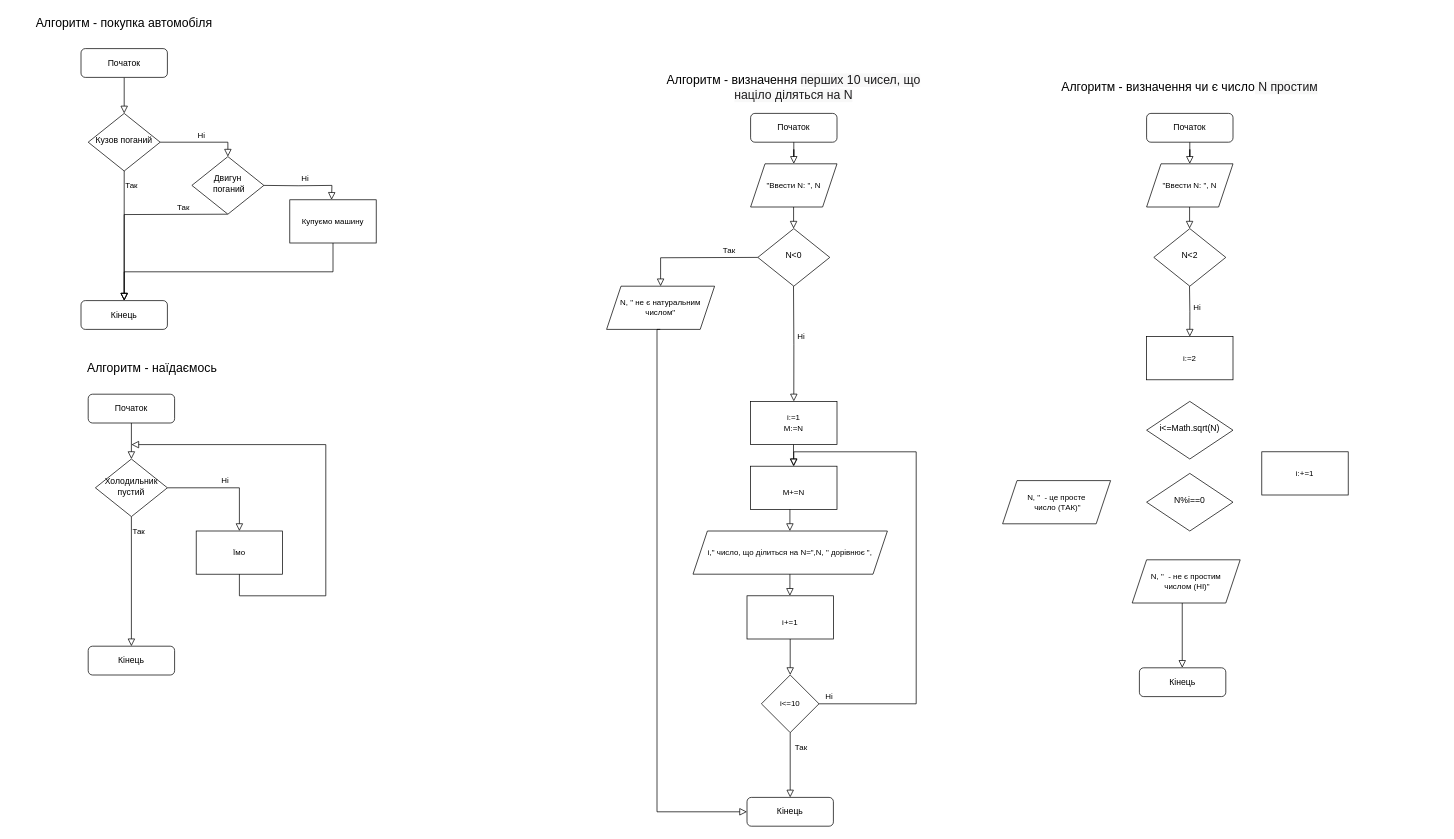
Earlier version of the draw.io diagram GoCourseAlgorithm.drawio (snsvistunov/golang-course-algorithm). Source tidied: cells renumbered, new cells numbered last; positions are measured from the earlier drawing's top-left corner, leaving out a move shared by most shapes. Both pictures are drawn from the tidied source at 72%, with x=0, y=0 at pixel (12, 12).
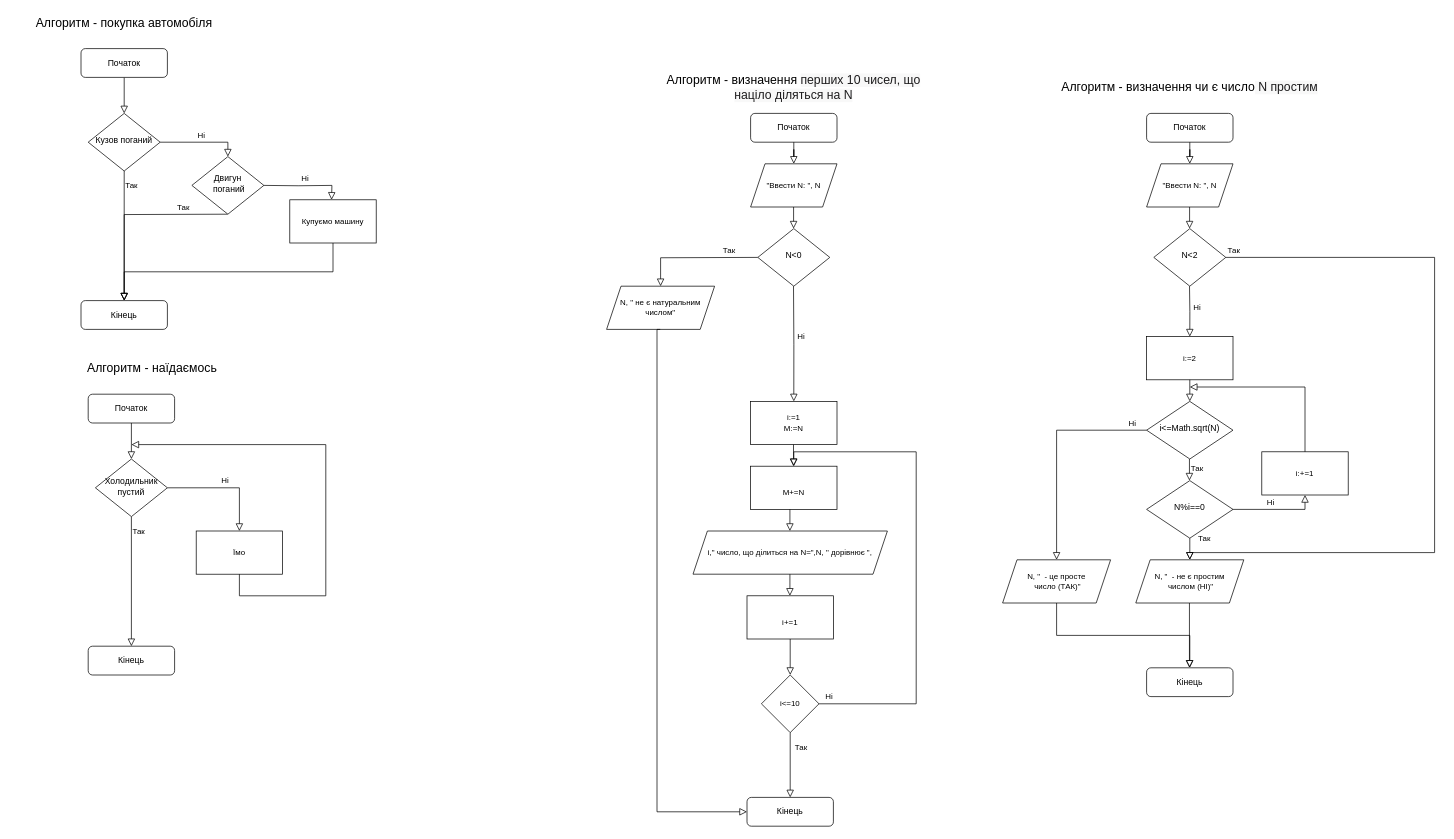
Above is the later version.

The change refers to these unchanged cells:
```xml
<mxCell id="52" value="i:=2" style="rounded=0;whiteSpace=wrap;html=1;fontFamily=Helvetica;fontSize=11;" parent="1" vertex="1">
  <mxGeometry x="1575" y="450" width="120" height="60" as="geometry" />
</mxCell>
<mxCell id="55" value="i&amp;lt;=Math.sqrt(N)" style="rhombus;whiteSpace=wrap;html=1;shadow=0;fontFamily=Helvetica;fontSize=12;align=center;strokeWidth=1;spacing=6;spacingTop=-4;" parent="1" vertex="1">
  <mxGeometry x="1575" y="540" width="120" height="80" as="geometry" />
</mxCell>
<mxCell id="57" value="i:+=1" style="rounded=0;whiteSpace=wrap;html=1;fontFamily=Helvetica;fontSize=11;" parent="1" vertex="1">
  <mxGeometry x="1735" y="610" width="120" height="60" as="geometry" />
</mxCell>
```

The edit, as a diff of the source:
```diff
@@
     <mxCell id="53" style="edgeStyle=orthogonalEdgeStyle;rounded=0;html=1;jettySize=auto;orthogonalLoop=1;fontSize=11;endArrow=block;endFill=0;endSize=8;strokeWidth=1;shadow=0;labelBackgroundColor=none;exitX=0.5;exitY=1;exitDx=0;exitDy=0;" parent="1" edge="1">
       <mxGeometry x="-0.56" y="15" relative="1" as="geometry">
-        <mxPoint x="1624.5" y="820" as="sourcePoint" />
-        <mxPoint x="1624.5" y="910" as="targetPoint" />
+        <mxPoint x="1634.5" y="820" as="sourcePoint" />
+        <mxPoint x="1634.5" y="910" as="targetPoint" />
         <Array as="points">
-          <mxPoint x="1624.5" y="910" />
+          <mxPoint x="1634.5" y="910" />
         </Array>
       </mxGeometry>
     </mxCell>
     <mxCell id="54" value="Кінець" style="rounded=1;whiteSpace=wrap;html=1;fontSize=12;glass=0;strokeWidth=1;shadow=0;" parent="1" vertex="1">
-      <mxGeometry x="1565" y="910" width="120" height="40" as="geometry" />
+      <mxGeometry x="1575" y="910" width="120" height="40" as="geometry" />
     </mxCell>
@@
     <mxCell id="56" value="N%i==0" style="rhombus;whiteSpace=wrap;html=1;shadow=0;fontFamily=Helvetica;fontSize=12;align=center;strokeWidth=1;spacing=6;spacingTop=-4;" parent="1" vertex="1">
-      <mxGeometry x="1575" y="640" width="120" height="80" as="geometry" />
+      <mxGeometry x="1575" y="650" width="120" height="80" as="geometry" />
     </mxCell>
@@
     <mxCell id="58" value="N, &quot;&amp;nbsp; - не є простим&lt;br&gt;&amp;nbsp;числом (НІ)&quot;" style="shape=parallelogram;perimeter=parallelogramPerimeter;whiteSpace=wrap;html=1;fixedSize=1;fontFamily=Helvetica;fontSize=11;" parent="1" vertex="1">
-      <mxGeometry x="1555" y="760" width="150" height="60" as="geometry" />
+      <mxGeometry x="1560" y="760" width="150" height="60" as="geometry" />
     </mxCell>
     <mxCell id="59" value="N, &quot;&amp;nbsp; - це просте&lt;br&gt;&amp;nbsp;число (ТАК)&quot;" style="shape=parallelogram;perimeter=parallelogramPerimeter;whiteSpace=wrap;html=1;fixedSize=1;fontFamily=Helvetica;fontSize=11;" parent="1" vertex="1">
-      <mxGeometry x="1375" y="650" width="150" height="60" as="geometry" />
+      <mxGeometry x="1375" y="760" width="150" height="60" as="geometry" />
     </mxCell>
+    <mxCell id="60" style="edgeStyle=orthogonalEdgeStyle;rounded=0;html=1;jettySize=auto;fontSize=11;endArrow=block;endFill=0;endSize=8;strokeWidth=1;shadow=0;labelBackgroundColor=none;exitX=0.5;exitY=1;exitDx=0;exitDy=0;" parent="1" edge="1" source="52">
+      <mxGeometry x="-0.13" y="10" relative="1" as="geometry">
+        <mxPoint x="1635" y="540" as="targetPoint" />
+      </mxGeometry>
+    </mxCell>
+    <mxCell id="61" value="Так" style="edgeStyle=orthogonalEdgeStyle;rounded=0;html=1;jettySize=auto;orthogonalLoop=1;fontSize=11;endArrow=block;endFill=0;endSize=8;strokeWidth=1;shadow=0;labelBackgroundColor=none;exitX=0.5;exitY=1;exitDx=0;exitDy=0;" parent="1" edge="1">
+      <mxGeometry x="-0.13" y="10" relative="1" as="geometry">
+        <mxPoint x="1634.5" y="620" as="sourcePoint" />
+        <mxPoint x="1634.5" y="650" as="targetPoint" />
+      </mxGeometry>
+    </mxCell>
+    <mxCell id="62" value="Так" style="edgeStyle=orthogonalEdgeStyle;rounded=0;html=1;jettySize=auto;fontSize=11;endArrow=block;endFill=0;endSize=8;strokeWidth=1;shadow=0;labelBackgroundColor=none;exitX=0.5;exitY=1;exitDx=0;exitDy=0;" parent="1" edge="1" source="56">
+      <mxGeometry x="-1" y="20" relative="1" as="geometry">
+        <mxPoint x="1635" y="760" as="targetPoint" />
+      </mxGeometry>
+    </mxCell>
+    <mxCell id="63" value="Ні" style="edgeStyle=orthogonalEdgeStyle;rounded=0;html=1;jettySize=auto;fontSize=11;endArrow=block;endFill=0;endSize=8;strokeWidth=1;shadow=0;labelBackgroundColor=none;entryX=0.5;entryY=1;entryDx=0;entryDy=0;exitX=1;exitY=0.5;exitDx=0;exitDy=0;" parent="1" edge="1" source="56" target="57">
+      <mxGeometry x="-0.13" y="10" relative="1" as="geometry" />
+    </mxCell>
+    <mxCell id="64" style="edgeStyle=orthogonalEdgeStyle;rounded=0;html=1;jettySize=auto;fontSize=11;endArrow=block;endFill=0;endSize=8;strokeWidth=1;shadow=0;labelBackgroundColor=none;exitX=0.5;exitY=0;exitDx=0;exitDy=0;" parent="1" edge="1" source="57">
+      <mxGeometry x="-0.13" y="10" relative="1" as="geometry">
+        <mxPoint x="1635" y="520" as="targetPoint" />
+        <Array as="points">
+          <mxPoint x="1795" y="520" />
+        </Array>
+      </mxGeometry>
+    </mxCell>
+    <mxCell id="65" value="Так" style="edgeStyle=orthogonalEdgeStyle;rounded=0;html=1;jettySize=auto;fontSize=11;endArrow=block;endFill=0;endSize=8;strokeWidth=1;shadow=0;labelBackgroundColor=none;entryX=0.5;entryY=0;entryDx=0;entryDy=0;" parent="1" edge="1" target="58">
+      <mxGeometry x="-0.98" y="10" relative="1" as="geometry">
+        <mxPoint x="1685" y="340" as="sourcePoint" />
+        <Array as="points">
+          <mxPoint x="1975" y="340" />
+          <mxPoint x="1975" y="750" />
+          <mxPoint x="1635" y="750" />
+        </Array>
+      </mxGeometry>
+    </mxCell>
+    <mxCell id="66" value="Ні" style="edgeStyle=orthogonalEdgeStyle;rounded=0;html=1;jettySize=auto;fontSize=11;endArrow=block;endFill=0;endSize=8;strokeWidth=1;shadow=0;labelBackgroundColor=none;entryX=0.5;entryY=0;entryDx=0;entryDy=0;exitX=0;exitY=0.5;exitDx=0;exitDy=0;" parent="1" edge="1" source="55" target="59">
+      <mxGeometry x="-0.87" y="-10" relative="1" as="geometry" />
+    </mxCell>
+    <mxCell id="67" style="edgeStyle=orthogonalEdgeStyle;rounded=0;html=1;jettySize=auto;fontSize=11;endArrow=block;endFill=0;endSize=8;strokeWidth=1;shadow=0;labelBackgroundColor=none;exitX=0.5;exitY=1;exitDx=0;exitDy=0;entryX=0.5;entryY=0;entryDx=0;entryDy=0;" parent="1" edge="1" source="59" target="54">
+      <mxGeometry x="-0.56" y="15" relative="1" as="geometry" />
+    </mxCell>
```
